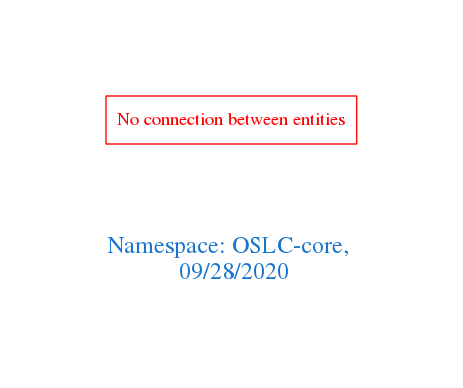
Before: downloads/OSLC-core.png, a diagram exported from Graphviz (arago/OGIT). Its source is kept beside it as downloads/OSLC-core.dot.
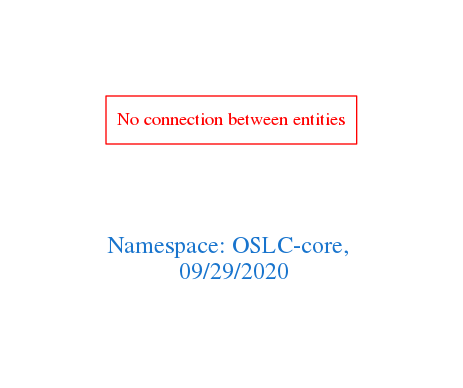
The same file after the commit.

The edit, as a diff of the source:
```diff
@@ -1,7 +1,7 @@
 digraph OGIT_ontology {
  graph [ rankdir= LR,pad=1
 fontsize = 18,
-fontcolor= dodgerblue3,label = "\n\n\nNamespace: OSLC-core, \n 09/28/2020"];
+fontcolor= dodgerblue3,label = "\n\n\nNamespace: OSLC-core, \n 09/29/2020"];
 node[shape=polygon];
 edge [  color="gray81"];
 
```
